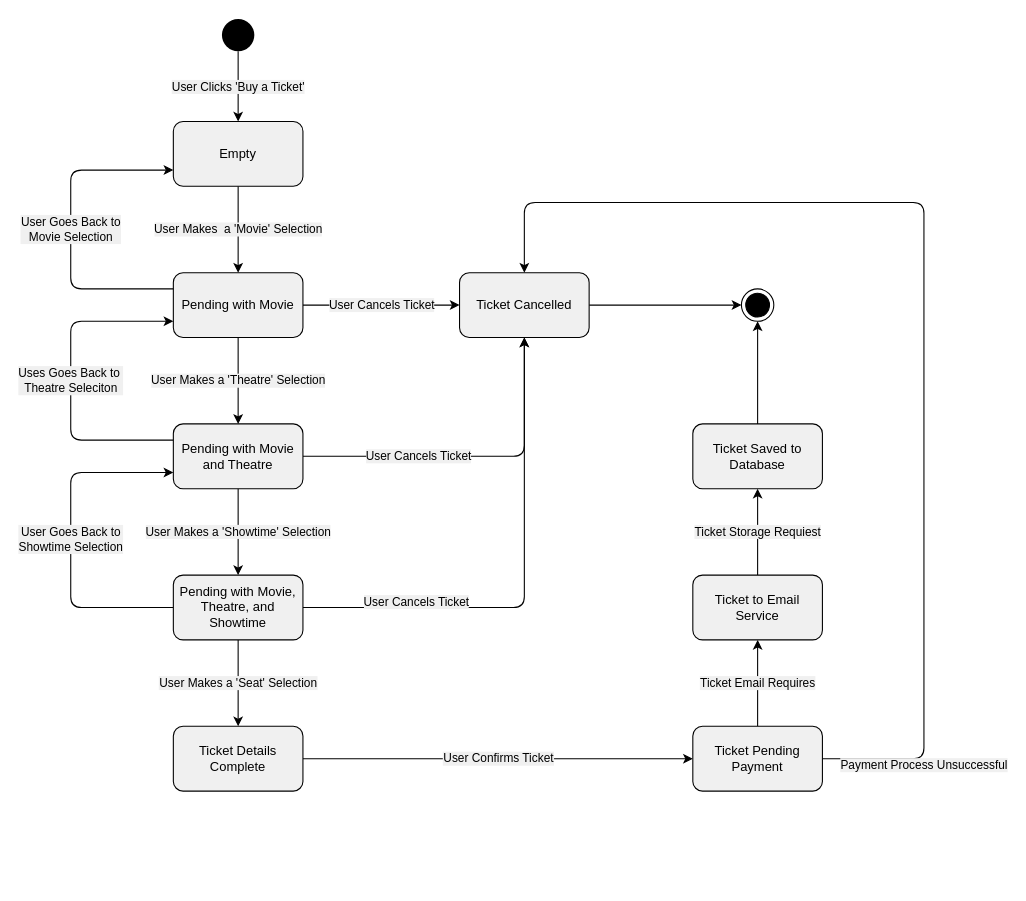
Earlier version of the draw.io diagram DesignDocuments/Diagrams/StateDiagrams/state_diagram_ticket.drawio (folkg/movie-ticket-reservation-app). Source tidied: cells renumbered, new cells numbered last; positions are measured from the earlier drawing's top-left corner, leaving out a move shared by most shapes. Both pictures are drawn from the tidied source at 108%, with x=0, y=0 at pixel (70, 18).
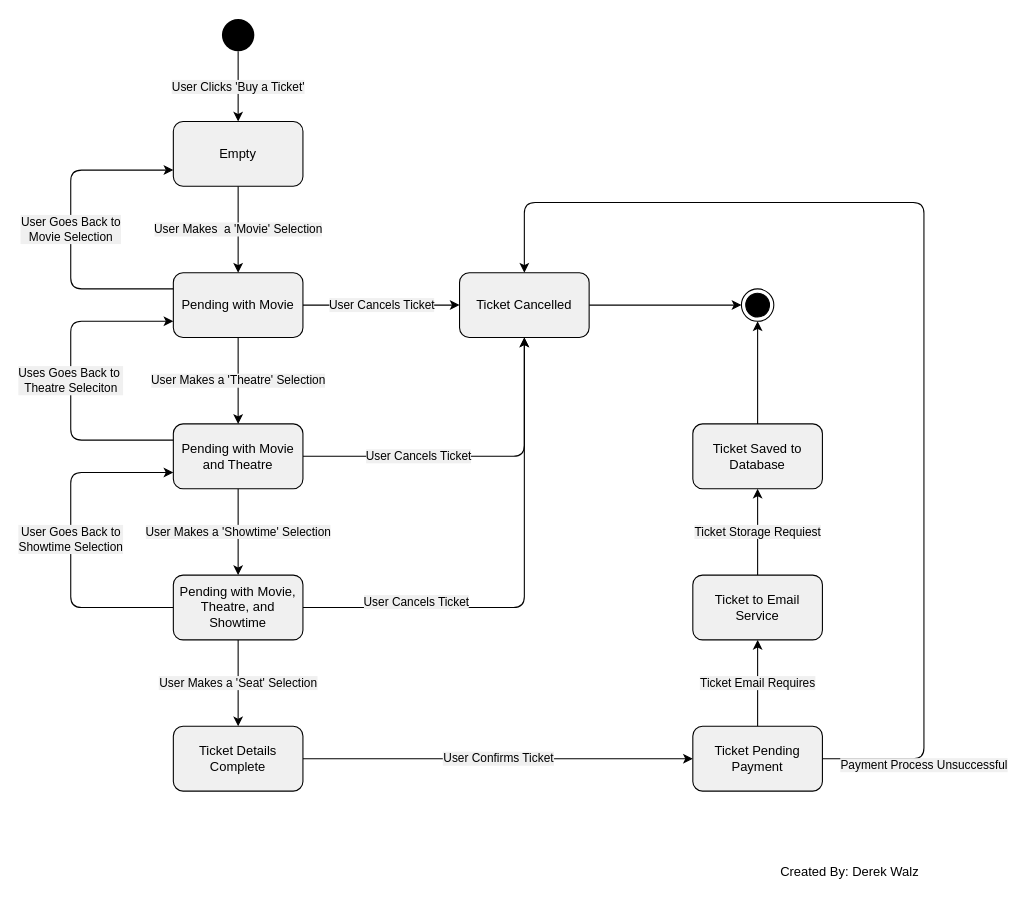
The same diagram, later.

Commit message (it also covers changes not shown here):
Adding Derek Credits

Change to the diagram source:
```diff
@@
+    <mxCell id="30" value="&lt;font color=&quot;#000000&quot;&gt;Created By: Derek Walz&lt;/font&gt;" style="text;html=1;align=center;verticalAlign=middle;strokeColor=none;fillColor=none;" parent="1" vertex="1">
+      <mxGeometry x="651" y="780" width="140" height="20" as="geometry" />
+    </mxCell>
```
